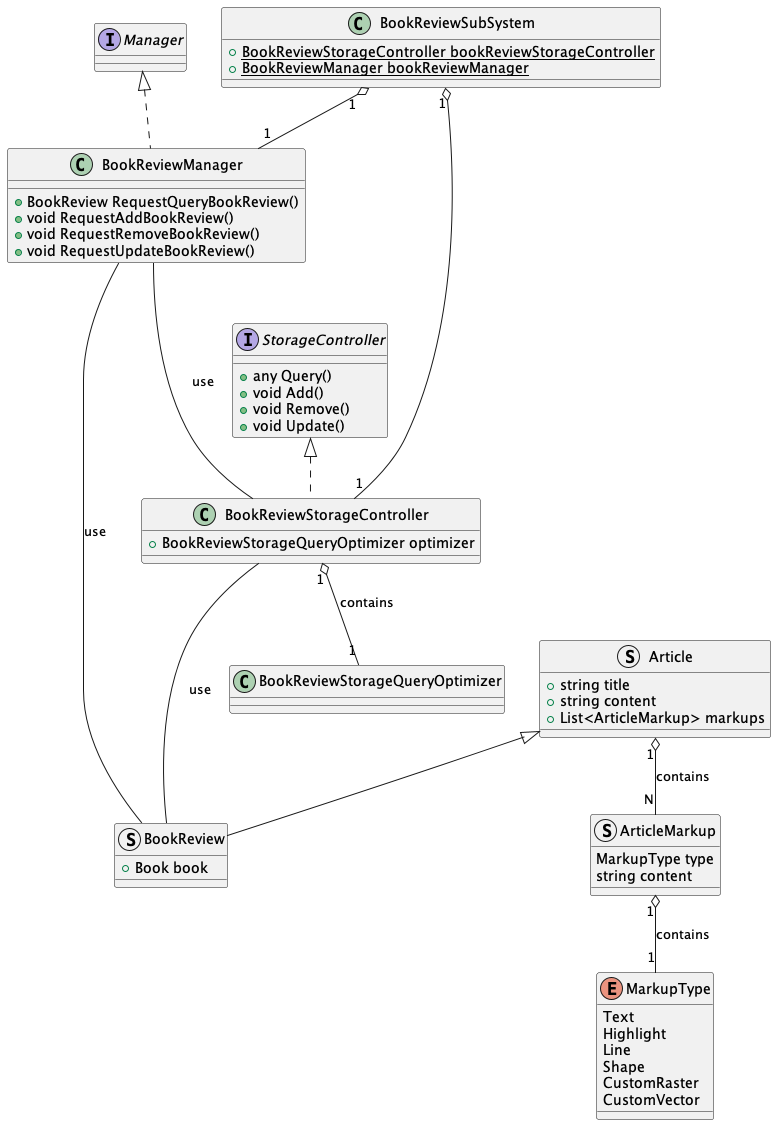
Before: rendered/BookReview.png, a diagram exported from PlantUML (ShapeLayer/se-lecture-task__project-structure-definitions). The source it was exported from:
```plantuml
@startuml
Interface Manager
Interface StorageController {
    + any Query()
    + void Add()
    + void Remove()
    + void Update()
}

enum MarkupType {
    Text
    Highlight
    Line
    Shape
    CustomRaster
    CustomVector
}

struct ArticleMarkup {
    MarkupType type
    string content
}

ArticleMarkup "1" o-- "1" MarkupType : contains

struct Article {
    + string title
    + string content
    + List<ArticleMarkup> markups
}

Article "1" o-- "N" ArticleMarkup : contains

struct BookReview extends Article {
    + Book book
}

class BookReviewManager implements Manager {
    + BookReview RequestQueryBookReview()
    + void RequestAddBookReview()
    + void RequestRemoveBookReview()
    + void RequestUpdateBookReview()
}

BookReviewManager --- BookReview : use
BookReviewManager --- BookReviewStorageController : use

class BookReviewStorageQueryOptimizer {}
class BookReviewStorageController implements StorageController {
    + BookReviewStorageQueryOptimizer optimizer
}
BookReviewStorageController "1" o-- "1" BookReviewStorageQueryOptimizer : contains

BookReviewStorageController --- BookReview : use


class BookReviewSubSystem {
    + {static} BookReviewStorageController bookReviewStorageController
    + {static} BookReviewManager bookReviewManager
}
BookReviewSubSystem "1" o-- "1" BookReviewStorageController
BookReviewSubSystem "1" o-- "1" BookReviewManager
@enduml
```
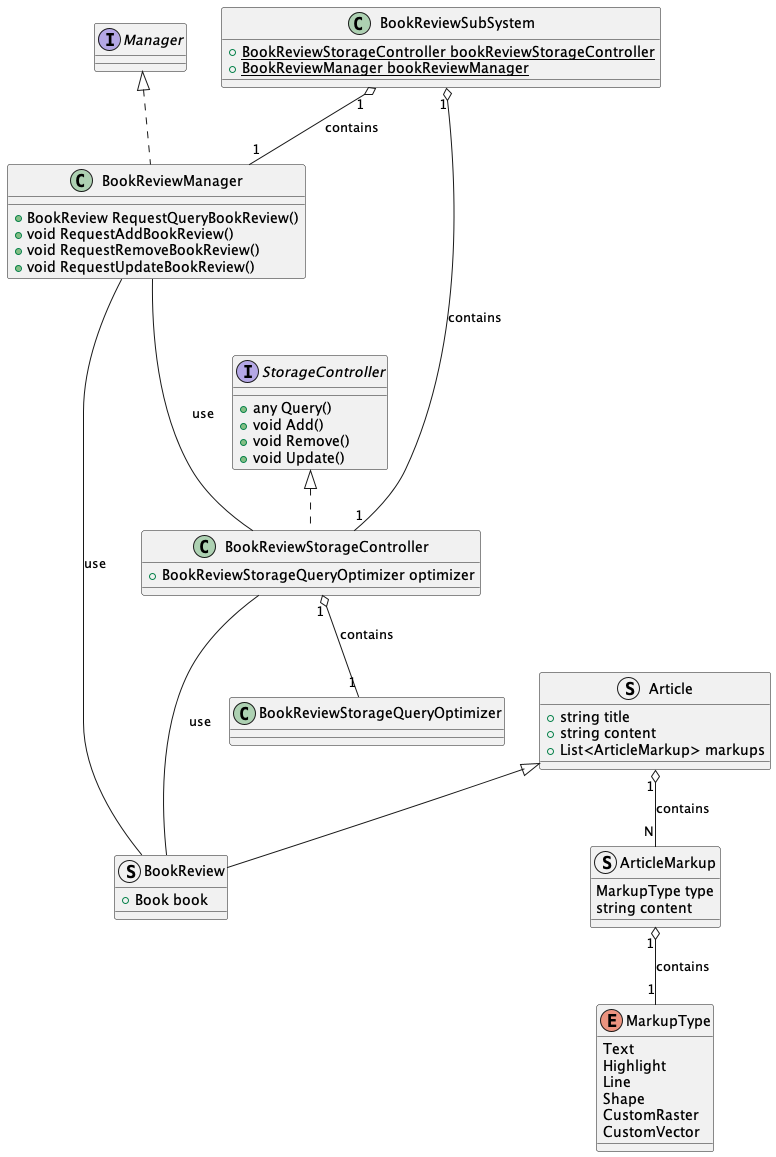
After the change.

The edit, as a diff of the source:
```diff
@@ -58,6 +58,6 @@
     + {static} BookReviewStorageController bookReviewStorageController
     + {static} BookReviewManager bookReviewManager
 }
-BookReviewSubSystem "1" o-- "1" BookReviewStorageController
-BookReviewSubSystem "1" o-- "1" BookReviewManager
+BookReviewSubSystem "1" o-- "1" BookReviewStorageController : contains
+BookReviewSubSystem "1" o-- "1" BookReviewManager : contains
 @enduml
```
